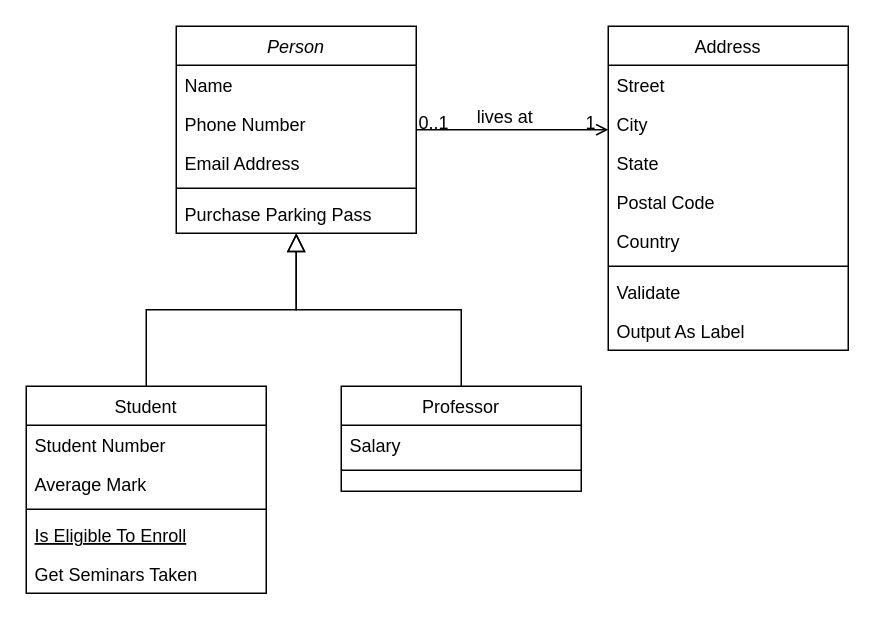
frostaag/diagrams keeps this draw.io diagram as drawio_files/18.drawio. Above is the earlier version. Source tidied: cells renumbered, new cells numbered last; positions are measured from the earlier drawing's top-left corner, leaving out a move shared by most shapes. Both pictures are drawn from the tidied source at 150%, with x=0, y=0 at pixel (26, 26).
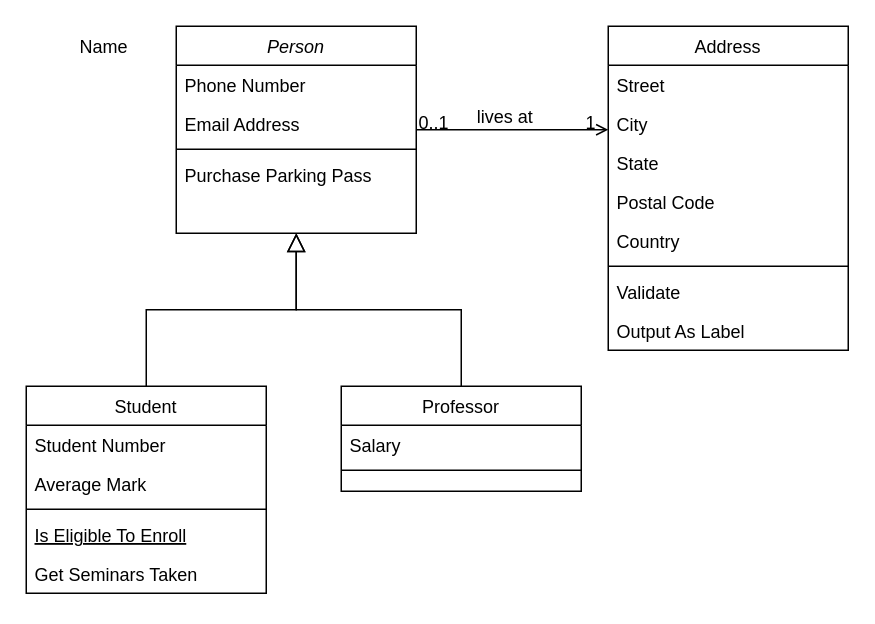
The same page after the edit.

Unchanged cells that the change refers to:
```xml
<mxCell id="2" value="Person" style="swimlane;fontStyle=2;align=center;verticalAlign=top;horizontal=1;startSize=26;rounded=0;shadow=0;strokeWidth=1;" parent="1" vertex="1">
  <mxGeometry x="100" width="160" height="138" as="geometry" />
</mxCell>
```

What changed in the source:
```diff
@@
-    <mxCell id="3" value="Name" style="text;align=left;verticalAlign=top;spacingLeft=4;spacingRight=4;overflow=hidden;" parent="2" vertex="1">
-      <mxGeometry y="26" width="160" height="26" as="geometry" />
-    </mxCell>
     <mxCell id="4" value="Phone Number" style="text;align=left;verticalAlign=top;spacingLeft=4;spacingRight=4;overflow=hidden;rounded=0;shadow=0;html=0;" parent="2" vertex="1">
-      <mxGeometry y="52" width="160" height="26" as="geometry" />
+      <mxGeometry y="26" width="160" height="26" as="geometry" />
     </mxCell>
     <mxCell id="5" value="Email Address" style="text;align=left;verticalAlign=top;spacingLeft=4;spacingRight=4;overflow=hidden;rounded=0;shadow=0;html=0;" parent="2" vertex="1">
-      <mxGeometry y="78" width="160" height="26" as="geometry" />
+      <mxGeometry y="52" width="160" height="26" as="geometry" />
     </mxCell>
     <mxCell id="6" style="line;html=1;strokeWidth=1;align=left;verticalAlign=middle;spacingTop=-1;spacingLeft=3;spacingRight=3;labelPosition=right;" parent="2" vertex="1">
-      <mxGeometry y="104" width="160" height="8" as="geometry" />
+      <mxGeometry y="78" width="160" height="8" as="geometry" />
     </mxCell>
     <mxCell id="7" value="Purchase Parking Pass" style="text;align=left;verticalAlign=top;spacingLeft=4;spacingRight=4;overflow=hidden;" parent="2" vertex="1">
-      <mxGeometry y="112" width="160" height="26" as="geometry" />
+      <mxGeometry y="86" width="160" height="26" as="geometry" />
     </mxCell>
@@
+    <mxCell id="3" value="Name" style="text;align=left;verticalAlign=top;spacingLeft=4;spacingRight=4;overflow=hidden;" parent="1" vertex="1">
+      <mxGeometry x="30" width="160" height="26" as="geometry" />
+    </mxCell>
```
